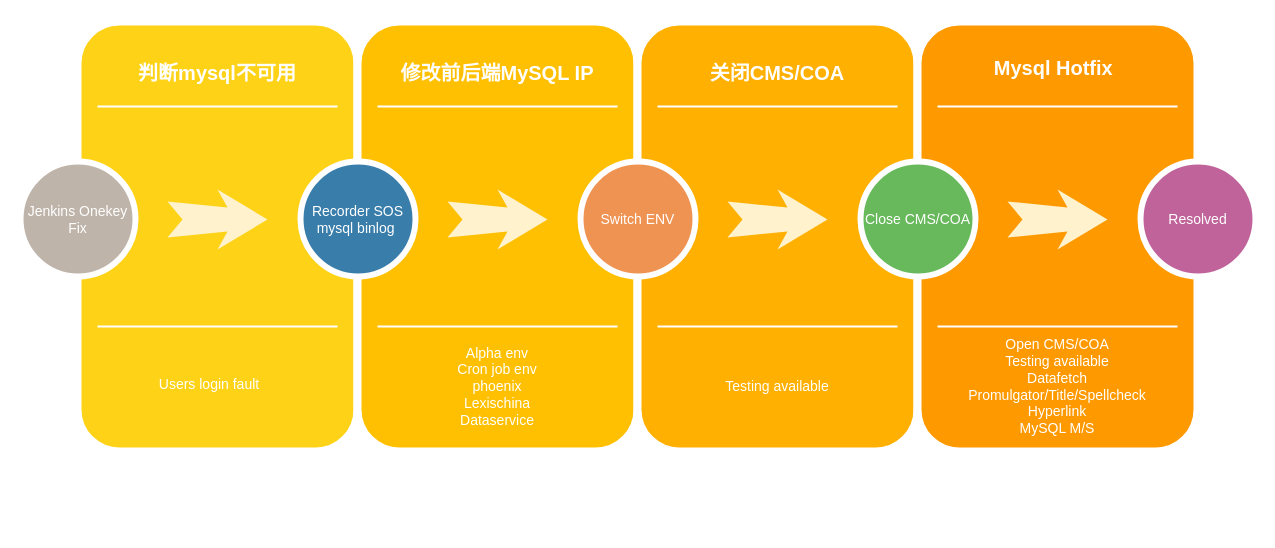
Above: Untitled Diagram.drawio in leiting6/diagrams (draw.io), before the change. Source tidied: cells renumbered, new cells numbered last; positions are measured from the earlier drawing's top-left corner, leaving out a move shared by most shapes. Both pictures are drawn from the tidied source at 100%, with x=0, y=0 at pixel (20, 21).
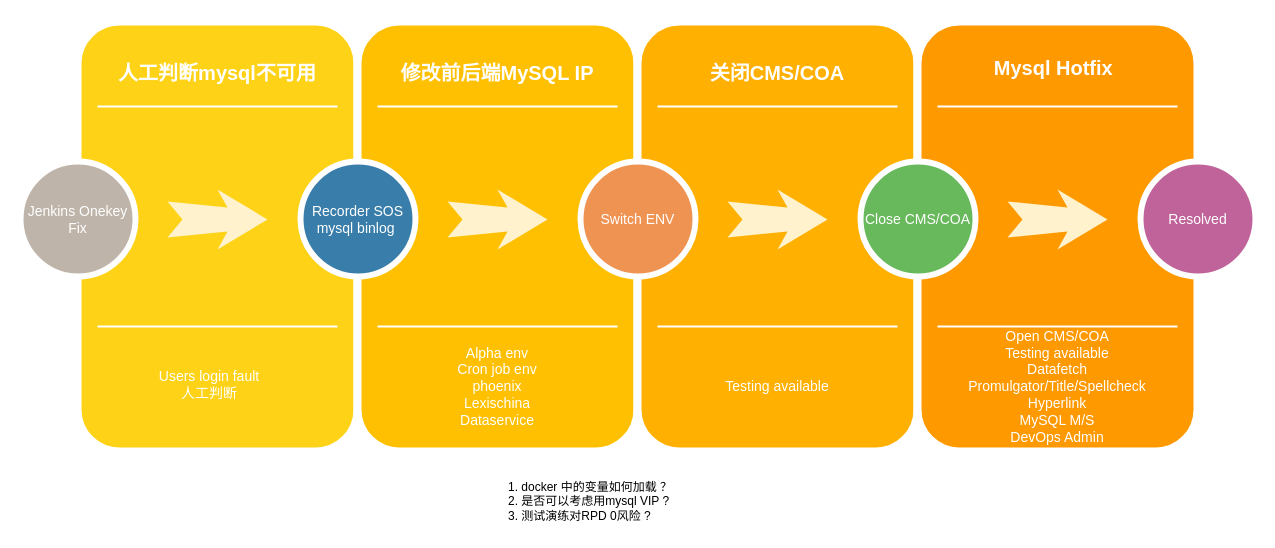
The same page after the edit.

Change to the diagram source:
```diff
@@
-    <mxCell id="3" value="&lt;font style=&quot;font-size: 20px;&quot;&gt;判断mysql不可用&lt;/font&gt;" style="text;html=1;strokeColor=none;fillColor=none;align=center;verticalAlign=middle;whiteSpace=wrap;rounded=0;shadow=0;fontSize=27;fontColor=#FFFFFF;fontStyle=1;" parent="1" vertex="1">
+    <mxCell id="3" value="&lt;font style=&quot;font-size: 20px;&quot;&gt;人工判断mysql不可用&lt;/font&gt;" style="text;html=1;strokeColor=none;fillColor=none;align=center;verticalAlign=middle;whiteSpace=wrap;rounded=0;shadow=0;fontSize=27;fontColor=#FFFFFF;fontStyle=1;" parent="1" vertex="1">
       <mxGeometry x="57" y="20" width="280" height="60" as="geometry" />
     </mxCell>
-    <mxCell id="4" value="Users login fault" style="text;html=1;strokeColor=none;fillColor=none;align=center;verticalAlign=middle;whiteSpace=wrap;rounded=0;shadow=0;fontSize=14;fontColor=#FFFFFF;" parent="1" vertex="1">
+    <mxCell id="4" value="Users login fault&lt;br&gt;人工判断" style="text;html=1;strokeColor=none;fillColor=none;align=center;verticalAlign=middle;whiteSpace=wrap;rounded=0;shadow=0;fontSize=14;fontColor=#FFFFFF;" parent="1" vertex="1">
       <mxGeometry x="57" y="320" width="264" height="85" as="geometry" />
     </mxCell>
@@
-    <mxCell id="25" value="Open CMS/COA&lt;div&gt;Testing available&lt;br&gt;&lt;/div&gt;&lt;div&gt;Datafetch&lt;br&gt;Promulgator/Title/Spellcheck&lt;br&gt;Hyperlink&lt;/div&gt;&lt;div&gt;MySQL M/S&lt;/div&gt;" style="text;html=1;strokeColor=none;fillColor=none;align=center;verticalAlign=middle;whiteSpace=wrap;rounded=0;shadow=0;fontSize=14;fontColor=#FFFFFF;" parent="1" vertex="1">
+    <mxCell id="25" value="Open CMS/COA&lt;div&gt;Testing available&lt;br&gt;&lt;/div&gt;&lt;div&gt;Datafetch&lt;br&gt;Promulgator/Title/Spellcheck&lt;br&gt;Hyperlink&lt;/div&gt;&lt;div&gt;MySQL M/S&lt;br&gt;DevOps Admin&lt;/div&gt;" style="text;html=1;strokeColor=none;fillColor=none;align=center;verticalAlign=middle;whiteSpace=wrap;rounded=0;shadow=0;fontSize=14;fontColor=#FFFFFF;" parent="1" vertex="1">
       <mxGeometry x="897" y="320" width="280" height="90" as="geometry" />
     </mxCell>
@@
+    <mxCell id="31" value="1. docker 中的变量如何加载 ？&lt;br&gt;2. 是否可以考虑用mysql VIP ?&lt;br&gt;3. 测试演练对RPD 0风险 ?" style="text;html=1;align=left;verticalAlign=middle;fillColor=none;strokeColor=none;rounded=0;" parent="1" vertex="1">
+      <mxGeometry x="486" y="450" width="190" height="60" as="geometry" />
+    </mxCell>
```
